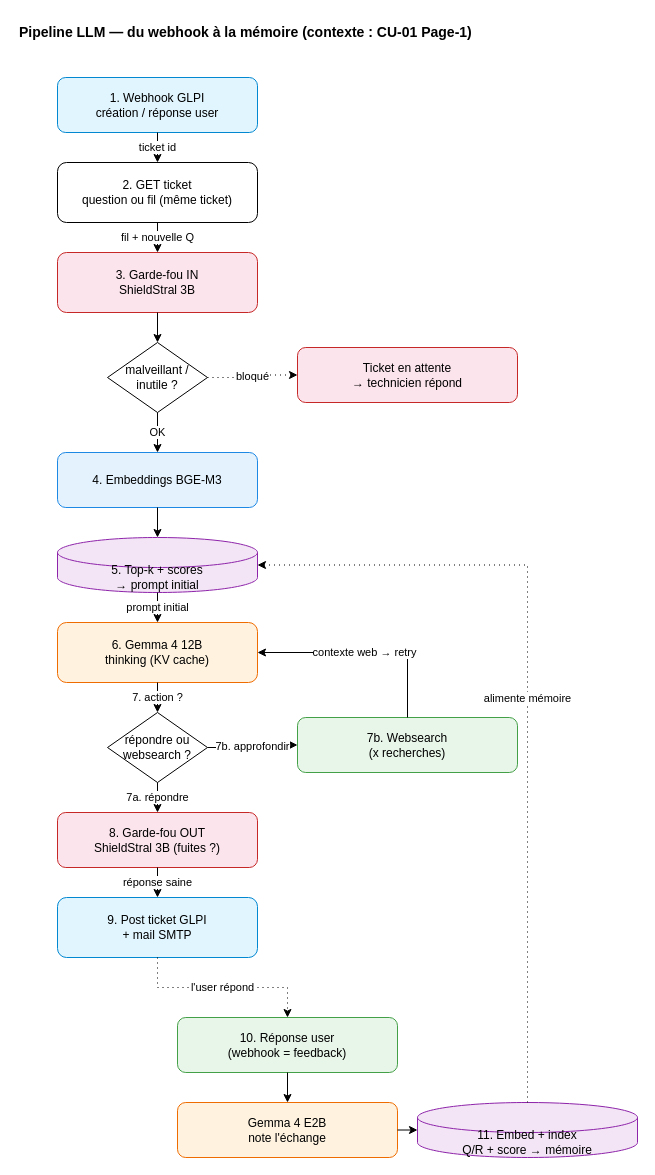
Before: page "Pipeline LLM" (2 of 2) of doc/diagramme.drawio in ThomasSanna/M2DE-ML-NLP-Project, a draw.io diagram. Source tidied: cells renumbered, new cells numbered last; positions are measured from the earlier drawing's top-left corner, leaving out a move shared by most shapes. Both pictures are drawn from the tidied source at 100%, with x=0, y=0 at pixel (17, 17).
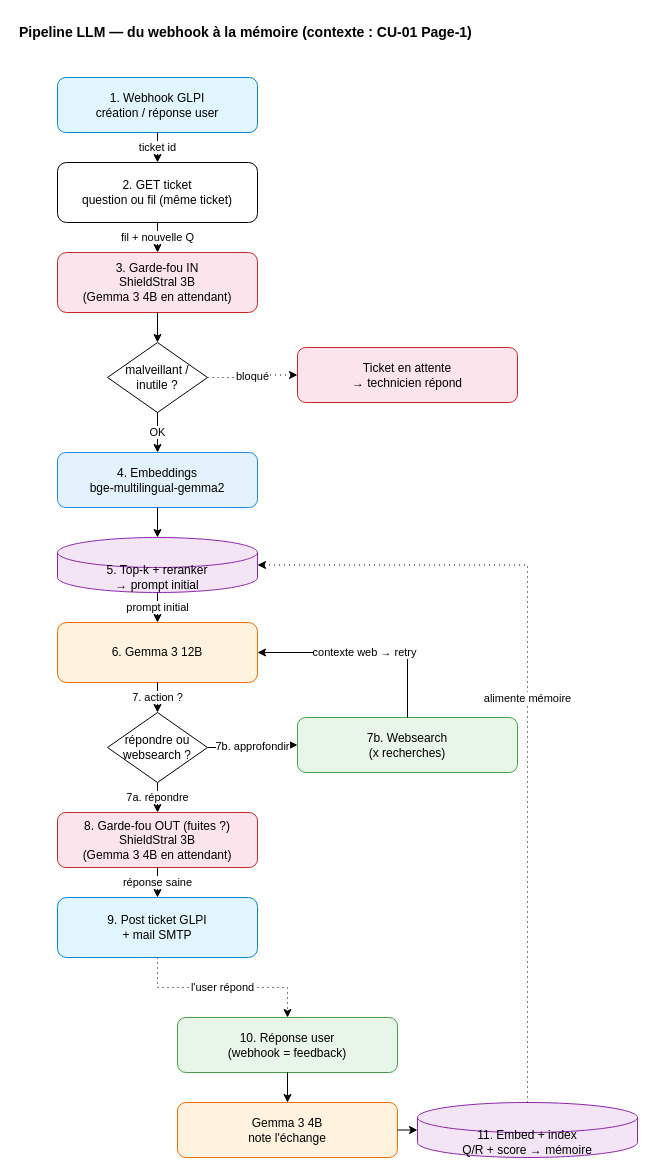
The same diagram, later.

Commit message (it also covers changes not shown here):
Corrige les notes projet selon le document du prof

- Modèles réellement servis par l'université (VPN requis) : Gemma 3 12B/4B,
  bge-multilingual-gemma2, bge-reranker-v2-gemma (et non Gemma 4 / BGE-M3).
- ShieldStral 3B pas encore déployé : Gemma 3 4B pour les garde-fous en attendant.
- Reranker ajouté à la pipeline ; pgvector retenu ; API REST GLPI.
- Annuaire réel = Active Directory joignable via VPN.

What changed in the source:
```diff
@@
-    <mxCell id="5" value="3. Garde-fou IN&#10;ShieldStral 3B" style="rounded=1;whiteSpace=wrap;html=1;fillColor=#fce4ec;strokeColor=#c62828;" parent="1" vertex="1">
+    <mxCell id="5" value="3. Garde-fou IN&#10;ShieldStral 3B&#10;(Gemma 3 4B en attendant)" style="rounded=1;whiteSpace=wrap;html=1;fillColor=#fce4ec;strokeColor=#c62828;" parent="1" vertex="1">
       <mxGeometry x="40" y="235" width="200" height="60" as="geometry" />
     </mxCell>
@@
-    <mxCell id="8" value="4. Embeddings BGE-M3" style="rounded=1;whiteSpace=wrap;html=1;fillColor=#e3f2fd;strokeColor=#1e88e5;" parent="1" vertex="1">
+    <mxCell id="8" value="4. Embeddings&#10;bge-multilingual-gemma2" style="rounded=1;whiteSpace=wrap;html=1;fillColor=#e3f2fd;strokeColor=#1e88e5;" parent="1" vertex="1">
       <mxGeometry x="40" y="435" width="200" height="55" as="geometry" />
     </mxCell>
-    <mxCell id="9" value="5. Top-k + scores&#10;→ prompt initial" style="shape=cylinder3;whiteSpace=wrap;html=1;boundedLbl=1;backgroundOutline=1;fillColor=#f3e5f5;strokeColor=#8e24aa;" parent="1" vertex="1">
+    <mxCell id="9" value="5. Top-k + reranker&#10;→ prompt initial" style="shape=cylinder3;whiteSpace=wrap;html=1;boundedLbl=1;backgroundOutline=1;fillColor=#f3e5f5;strokeColor=#8e24aa;" parent="1" vertex="1">
       <mxGeometry x="40" y="520" width="200" height="55" as="geometry" />
     </mxCell>
-    <mxCell id="10" value="6. Gemma 4 12B&#10;thinking (KV cache)" style="rounded=1;whiteSpace=wrap;html=1;fillColor=#fff3e0;strokeColor=#ef6c00;" parent="1" vertex="1">
+    <mxCell id="10" value="6. Gemma 3 12B" style="rounded=1;whiteSpace=wrap;html=1;fillColor=#fff3e0;strokeColor=#ef6c00;" parent="1" vertex="1">
       <mxGeometry x="40" y="605" width="200" height="60" as="geometry" />
     </mxCell>
@@
-    <mxCell id="13" value="8. Garde-fou OUT&#10;ShieldStral 3B (fuites ?)" style="rounded=1;whiteSpace=wrap;html=1;fillColor=#fce4ec;strokeColor=#c62828;" parent="1" vertex="1">
+    <mxCell id="13" value="8. Garde-fou OUT (fuites ?)&#10;ShieldStral 3B&#10;(Gemma 3 4B en attendant)" style="rounded=1;whiteSpace=wrap;html=1;fillColor=#fce4ec;strokeColor=#c62828;" parent="1" vertex="1">
       <mxGeometry x="40" y="795" width="200" height="55" as="geometry" />
     </mxCell>
@@
-    <mxCell id="16" value="Gemma 4 E2B&#10;note l'échange" style="rounded=1;whiteSpace=wrap;html=1;fillColor=#fff3e0;strokeColor=#ef6c00;" parent="1" vertex="1">
+    <mxCell id="16" value="Gemma 3 4B&#10;note l'échange" style="rounded=1;whiteSpace=wrap;html=1;fillColor=#fff3e0;strokeColor=#ef6c00;" parent="1" vertex="1">
       <mxGeometry x="160" y="1085" width="220" height="55" as="geometry" />
     </mxCell>
```
